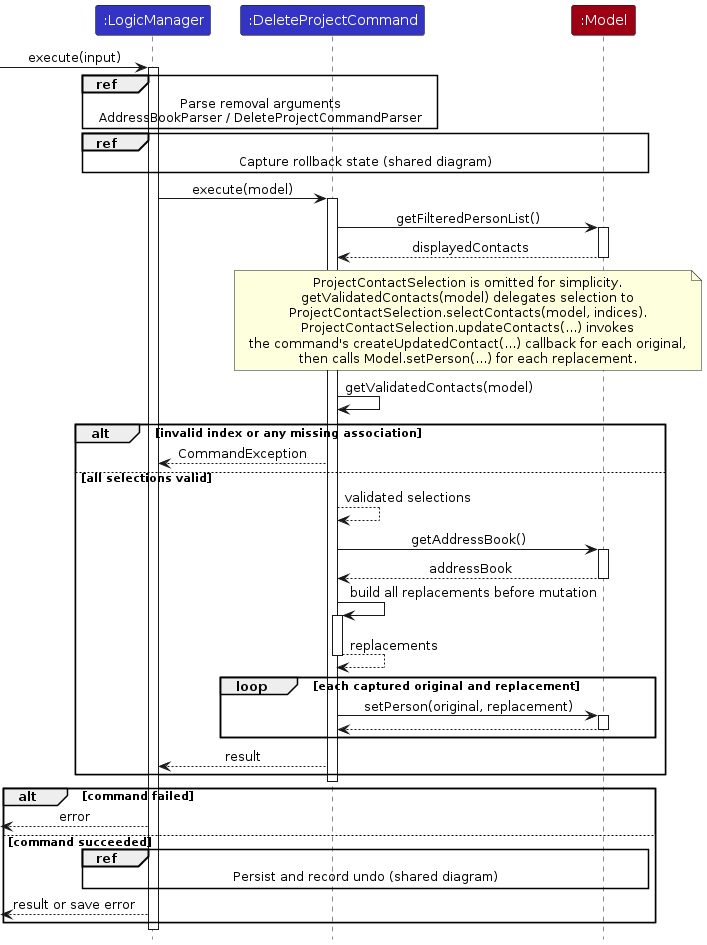
Earlier version of the PlantUML export diagrams/DeleteProjectSequenceDiagram.png (AY2627S1-CS2103T-W14-2/tp). Its source is kept beside it as diagrams/DeleteProjectSequenceDiagram.puml.
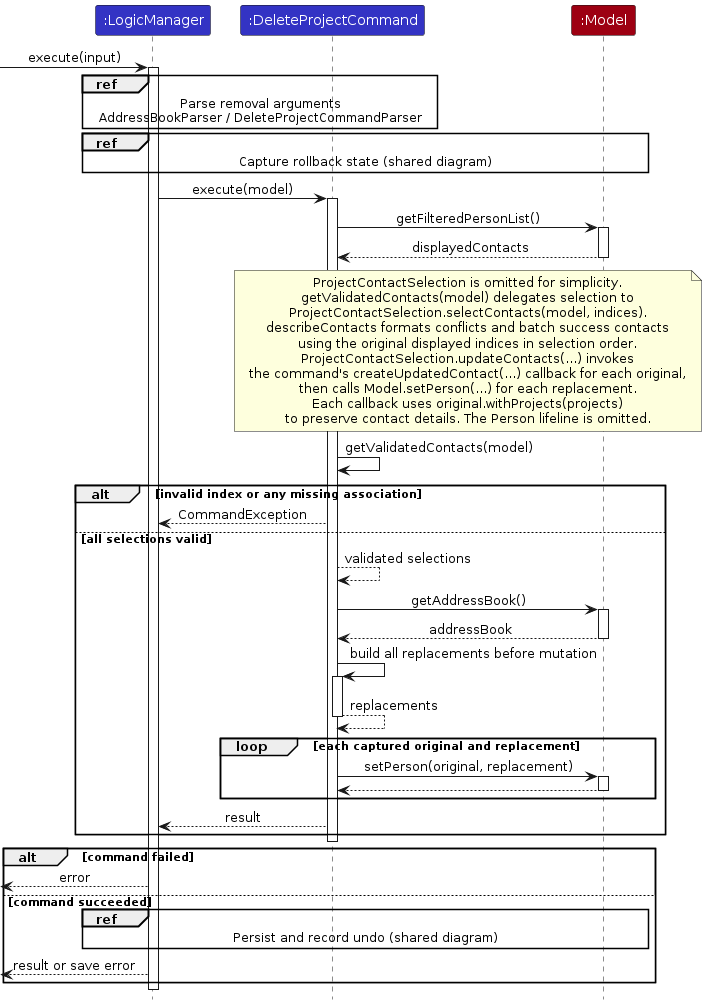
The same diagram one commit later.

Diff of the diagram source:
```diff
@@ -23,9 +23,13 @@
     ProjectContactSelection is omitted for simplicity.
     getValidatedContacts(model) delegates selection to
     ProjectContactSelection.selectContacts(model, indices).
+    describeContacts formats conflicts and batch success contacts
+    using the original displayed indices in selection order.
     ProjectContactSelection.updateContacts(...) invokes
     the command's createUpdatedContact(...) callback for each original,
     then calls Model.setPerson(...) for each replacement.
+    Each callback uses original.withProjects(projects)
+    to preserve contact details. The Person lifeline is omitted.
 end note
 Command -> Command : getValidatedContacts(model)
 alt invalid index or any missing association
```
